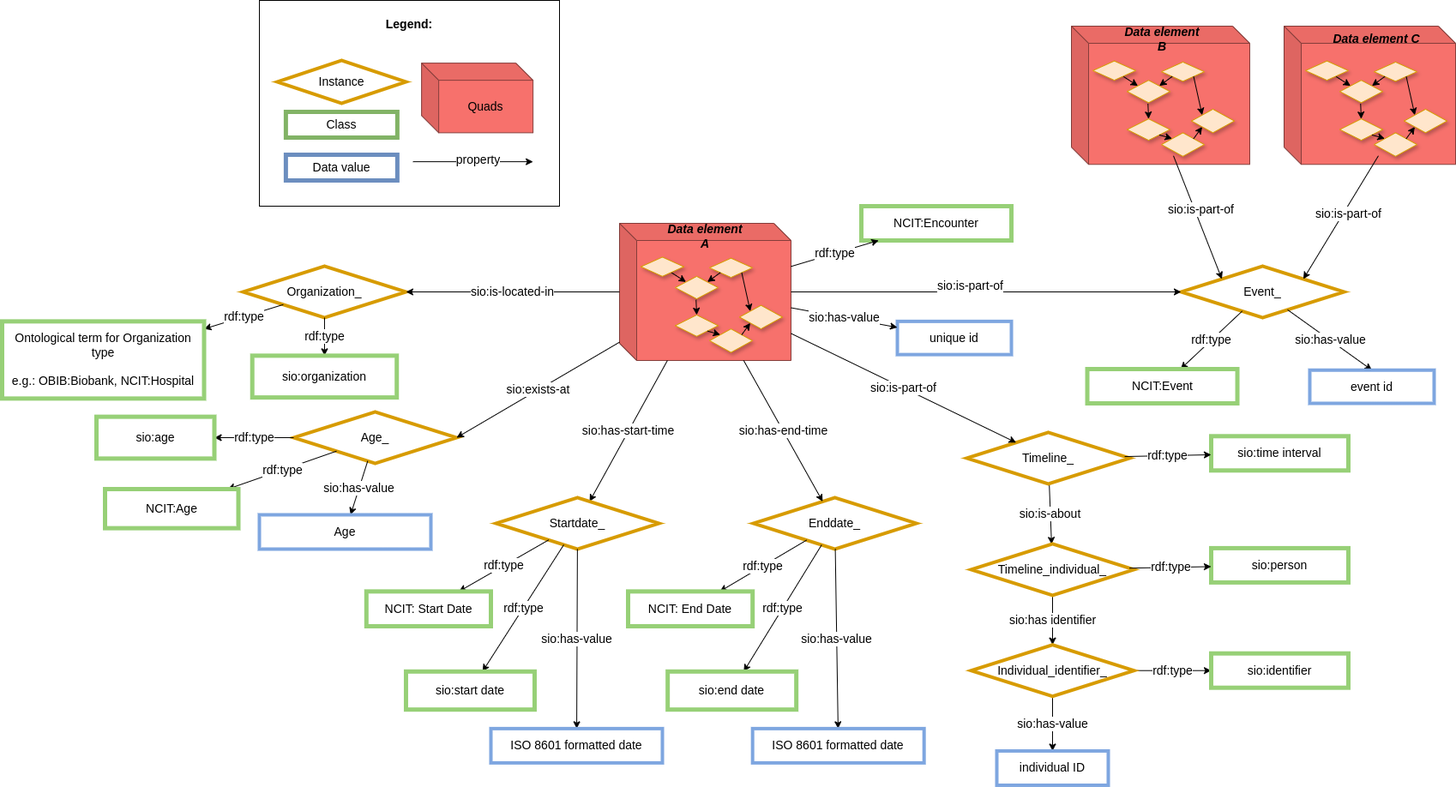
Earlier version of the draw.io export images/CARE-SM-Context.png (CARE-SM/CARE-Semantic-Model). Source tidied: cells renumbered, new cells last; positions are measured from the earlier drawing's top-left corner, leaving out a move shared by most shapes.
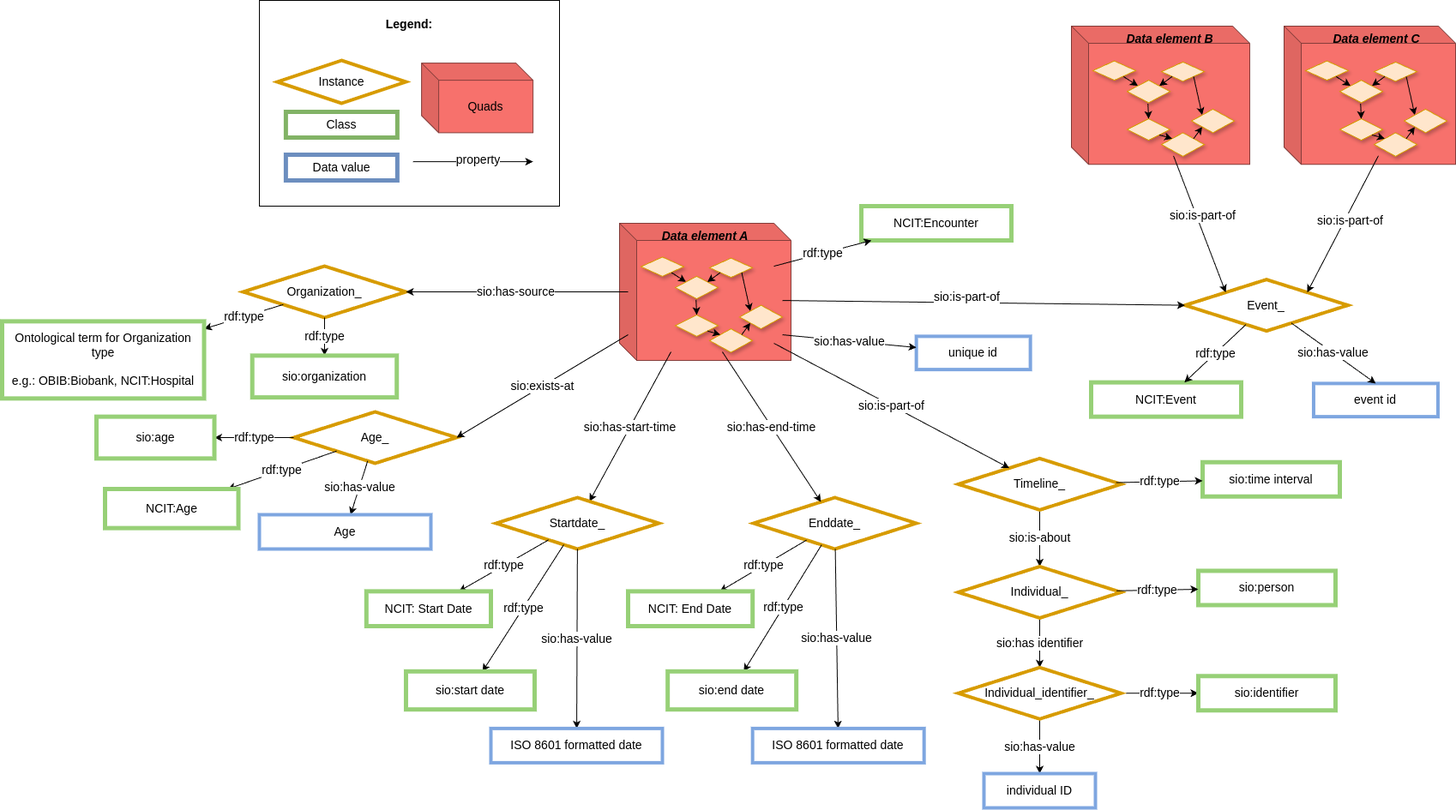
The same diagram one commit later.

Commit message:
predicate in organization corrected

What changed in the source:
```diff
@@ -6,13 +6,13 @@
       <mxGeometry relative="1" as="geometry" />
     </mxCell>
     <mxCell id="3" value="Timeline_" style="rhombus;whiteSpace=wrap;html=1;fillColor=#FFFFFF;strokeColor=#D79B00;strokeWidth=4;fontSize=14;" parent="1" vertex="1">
-      <mxGeometry x="1125" y="503.9" width="190" height="60" as="geometry" />
+      <mxGeometry x="1115" y="534.4" width="190" height="60" as="geometry" />
     </mxCell>
     <mxCell id="4" value="sio:has identifier" style="rounded=0;jettySize=auto;html=1;entryX=0.5;entryY=0;entryDx=0;entryDy=0;fontSize=14;" parent="1" edge="1" source="5" target="8">
       <mxGeometry relative="1" as="geometry" />
     </mxCell>
-    <mxCell id="5" value="Timeline_individual_" style="rhombus;whiteSpace=wrap;html=1;fillColor=#FFFFFF;strokeColor=#D79B00;strokeWidth=4;fontSize=14;" parent="1" vertex="1">
-      <mxGeometry x="1130" y="633.9" width="190" height="60" as="geometry" />
+    <mxCell id="5" value="Individual_" style="rhombus;whiteSpace=wrap;html=1;fillColor=#FFFFFF;strokeColor=#D79B00;strokeWidth=4;fontSize=14;" parent="1" vertex="1">
+      <mxGeometry x="1115" y="660.5" width="190" height="60" as="geometry" />
     </mxCell>
     <mxCell id="6" value="sio:has-value" style="edgeStyle=none;rounded=0;jettySize=auto;html=1;fontSize=14;" parent="1" edge="1" source="8" target="9">
       <mxGeometry relative="1" as="geometry" />
@@ -21,37 +21,31 @@
       <mxGeometry relative="1" as="geometry" />
     </mxCell>
     <mxCell id="8" value="Individual_identifier_" style="rhombus;whiteSpace=wrap;html=1;fillColor=#FFFFFF;strokeColor=#D79B00;strokeWidth=4;fontSize=14;" parent="1" vertex="1">
-      <mxGeometry x="1130" y="751.7" width="190" height="60" as="geometry" />
+      <mxGeometry x="1115" y="778.3" width="190" height="60" as="geometry" />
     </mxCell>
     <mxCell id="9" value="&lt;div style=&quot;font-size: 14px;&quot;&gt;&lt;font style=&quot;font-size: 14px;&quot;&gt;individual ID&lt;/font&gt;&lt;/div&gt;" style="whiteSpace=wrap;html=1;fillColor=#FFFFFF;strokeColor=#7EA6E0;strokeWidth=4;fontSize=14;" parent="1" vertex="1">
-      <mxGeometry x="1160" y="875.5" width="130" height="40" as="geometry" />
+      <mxGeometry x="1145" y="902" width="130" height="40" as="geometry" />
     </mxCell>
     <mxCell id="10" value="Event_" style="rhombus;whiteSpace=wrap;html=1;fillColor=#FFFFFF;strokeColor=#D79B00;strokeWidth=4;fontSize=14;" parent="1" vertex="1">
-      <mxGeometry x="1375" y="310" width="190" height="60" as="geometry" />
+      <mxGeometry x="1379.5" y="325.6" width="190" height="60" as="geometry" />
     </mxCell>
-    <mxCell id="11" value="rdf:type" style="edgeStyle=none;rounded=0;jettySize=auto;html=1;fontSize=14;" parent="1" edge="1" source="10" target="24">
-      <mxGeometry relative="1" as="geometry" />
-    </mxCell>
     <mxCell id="12" value="sio:identifier" style="whiteSpace=wrap;html=1;fillColor=#FFFFFF;strokeColor=#97D077;strokeWidth=5;fontSize=14;" parent="1" vertex="1">
-      <mxGeometry x="1410" y="761.7" width="160" height="40" as="geometry" />
+      <mxGeometry x="1395" y="788.3" width="160" height="40" as="geometry" />
     </mxCell>
     <mxCell id="13" value="sio:person" style="whiteSpace=wrap;html=1;fillColor=#FFFFFF;strokeColor=#97D077;strokeWidth=5;fontSize=14;" parent="1" vertex="1">
-      <mxGeometry x="1410" y="638.9" width="160" height="40" as="geometry" />
+      <mxGeometry x="1395" y="665.5" width="160" height="40" as="geometry" />
     </mxCell>
     <mxCell id="14" value="sio:time interval" style="whiteSpace=wrap;html=1;fillColor=#FFFFFF;strokeColor=#97D077;strokeWidth=5;fontSize=14;" parent="1" vertex="1">
-      <mxGeometry x="1410" y="508.3" width="160" height="40" as="geometry" />
+      <mxGeometry x="1400" y="538.8" width="160" height="40" as="geometry" />
     </mxCell>
     <mxCell id="15" value="NCIT:Encounter" style="whiteSpace=wrap;html=1;fillColor=#FFFFFF;strokeColor=#97D077;strokeWidth=5;fontSize=14;" parent="1" vertex="1">
       <mxGeometry x="1002" y="240" width="175" height="40" as="geometry" />
     </mxCell>
     <mxCell id="16" value="&lt;div style=&quot;font-size: 14px;&quot;&gt;&lt;font style=&quot;font-size: 14px;&quot;&gt;unique id&lt;/font&gt;&lt;/div&gt;" style="whiteSpace=wrap;html=1;fillColor=#FFFFFF;strokeColor=#7EA6E0;strokeWidth=4;fontSize=14;" parent="1" vertex="1">
-      <mxGeometry x="1044" y="374.4" width="133" height="38.8" as="geometry" />
+      <mxGeometry x="1066.2" y="391.9" width="133" height="38.8" as="geometry" />
     </mxCell>
-    <mxCell id="17" value="sio:has-value" style="edgeStyle=none;rounded=0;jettySize=auto;html=1;entryX=0.5;entryY=0;entryDx=0;entryDy=0;fontSize=14;" parent="1" edge="1" source="10" target="18">
-      <mxGeometry relative="1" as="geometry" />
-    </mxCell>
     <mxCell id="18" value="&lt;div style=&quot;font-size: 14px;&quot;&gt;&lt;font style=&quot;font-size: 14px;&quot;&gt;event id&lt;/font&gt;&lt;/div&gt;" style="whiteSpace=wrap;html=1;fillColor=#FFFFFF;strokeColor=#7EA6E0;strokeWidth=4;fontSize=14;" parent="1" vertex="1">
-      <mxGeometry x="1525" y="431.2" width="145" height="38.8" as="geometry" />
+      <mxGeometry x="1529.5" y="446.9" width="145" height="38.8" as="geometry" />
     </mxCell>
     <mxCell id="19" value="Age_" style="rhombus;whiteSpace=wrap;html=1;fillColor=#FFFFFF;strokeColor=#D79B00;strokeWidth=4;fontSize=14;" parent="1" vertex="1">
       <mxGeometry x="340" y="480" width="190" height="60" as="geometry" />
@@ -69,7 +63,7 @@
       <mxGeometry x="110" y="485.6" width="137.5" height="48.8" as="geometry" />
     </mxCell>
     <mxCell id="24" value="NCIT:Event" style="whiteSpace=wrap;html=1;fillColor=#FFFFFF;strokeColor=#97D077;strokeWidth=5;fontSize=14;" parent="1" vertex="1">
-      <mxGeometry x="1265.5" y="430" width="175" height="40" as="geometry" />
+      <mxGeometry x="1270" y="445.6" width="175" height="40" as="geometry" />
     </mxCell>
     <mxCell id="25" value="rdf:type" style="edgeStyle=none;rounded=0;jettySize=auto;html=1;fontSize=14;" parent="1" edge="1" source="19" target="26">
       <mxGeometry relative="1" as="geometry" />
@@ -116,13 +110,13 @@
     <mxCell id="39" style="rhombus;whiteSpace=wrap;html=1;fillColor=#ffe6cc;strokeColor=#d79b00;backgroundOutline=0;shadow=1;fontSize=14;" parent="1" vertex="1">
       <mxGeometry x="860" y="355.6" width="50" height="27.5" as="geometry" />
     </mxCell>
-    <mxCell id="40" value="sio:is-part-of" style="edgeStyle=none;rounded=0;jettySize=auto;html=1;fontSize=14;" parent="1" edge="1" source="27" target="3">
+    <mxCell id="40" value="sio:is-part-of" style="edgeStyle=none;rounded=0;jettySize=auto;html=1;fontSize=14;exitX=0.9;exitY=0.875;exitDx=0;exitDy=0;exitPerimeter=0;" parent="1" edge="1" source="27" target="3">
       <mxGeometry relative="1" as="geometry" />
     </mxCell>
-    <mxCell id="41" value="rdf:type" style="rounded=0;jettySize=auto;html=1;fontSize=14;" parent="1" edge="1" source="27" target="15">
+    <mxCell id="41" value="rdf:type" style="rounded=0;jettySize=auto;html=1;fontSize=14;exitX=0.9;exitY=0.313;exitDx=0;exitDy=0;exitPerimeter=0;" parent="1" edge="1" source="27" target="15">
       <mxGeometry relative="1" as="geometry" />
     </mxCell>
-    <mxCell id="42" value="sio:has-value" style="edgeStyle=none;rounded=0;jettySize=auto;html=1;fontSize=14;" parent="1" edge="1" source="27" target="16">
+    <mxCell id="42" value="sio:has-value" style="edgeStyle=none;rounded=0;jettySize=auto;html=1;fontSize=14;exitX=0.95;exitY=0.813;exitDx=0;exitDy=0;exitPerimeter=0;" parent="1" edge="1" source="27" target="16">
       <mxGeometry relative="1" as="geometry" />
     </mxCell>
     <mxCell id="43" style="shape=cube;whiteSpace=wrap;html=1;boundedLbl=1;backgroundOutline=1;darkOpacity=0.05;darkOpacity2=0.1;fillColor=#F7716C;strokeColor=#853D3A;fontSize=14;" parent="1" vertex="1">
@@ -214,10 +208,10 @@
       </mxGeometry>
     </mxCell>
     <mxCell id="71" value="&lt;i style=&quot;font-size: 14px;&quot;&gt;&lt;b style=&quot;font-size: 14px;&quot;&gt;&lt;font style=&quot;font-size: 14px;&quot;&gt;Data element A&lt;/font&gt;&lt;/b&gt;&lt;/i&gt;" style="text;html=1;strokeColor=none;fillColor=none;align=center;verticalAlign=middle;whiteSpace=wrap;rounded=0;fontSize=14;" parent="1" vertex="1">
-      <mxGeometry x="770" y="260" width="100" height="30" as="geometry" />
+      <mxGeometry x="760" y="260" width="120" height="30" as="geometry" />
     </mxCell>
     <mxCell id="72" value="&lt;i style=&quot;font-size: 14px;&quot;&gt;&lt;b style=&quot;font-size: 14px;&quot;&gt;Data element B&lt;/b&gt;&lt;/i&gt;" style="text;html=1;strokeColor=none;fillColor=none;align=center;verticalAlign=middle;whiteSpace=wrap;rounded=0;fontSize=14;" parent="1" vertex="1">
-      <mxGeometry x="1304" y="30" width="98" height="30" as="geometry" />
+      <mxGeometry x="1304" y="30" width="116" height="30" as="geometry" />
     </mxCell>
     <mxCell id="73" value="&lt;b style=&quot;font-size: 14px;&quot;&gt;&lt;i style=&quot;font-size: 14px;&quot;&gt;Data element C&lt;/i&gt;&lt;/b&gt;" style="text;html=1;strokeColor=none;fillColor=none;align=center;verticalAlign=middle;whiteSpace=wrap;rounded=0;fontSize=14;" parent="1" vertex="1">
       <mxGeometry x="1551" y="30" width="104" height="30" as="geometry" />
@@ -261,16 +255,18 @@
     <mxCell id="85" value="&lt;font style=&quot;font-size: 14px;&quot;&gt;NCIT: End Date&lt;/font&gt;" style="whiteSpace=wrap;html=1;fillColor=#FFFFFF;strokeColor=#97D077;strokeWidth=5;fontSize=14;" parent="1" vertex="1">
       <mxGeometry x="730" y="689.4" width="145.2" height="40.6" as="geometry" />
     </mxCell>
-    <mxCell id="86" value="&lt;font style=&quot;font-size: 14px;&quot;&gt;sio:has-start-time&lt;/font&gt;" style="rounded=0;jettySize=auto;html=1;fontSize=14;endSize=6;jumpSize=5;" parent="1" edge="1" source="27" target="93">
+    <mxCell id="86" value="&lt;font style=&quot;font-size: 14px;&quot;&gt;sio:has-start-time&lt;/font&gt;" style="rounded=0;jettySize=auto;html=1;fontSize=14;endSize=6;jumpSize=5;exitX=0.3;exitY=0.938;exitDx=0;exitDy=0;exitPerimeter=0;" parent="1" edge="1" source="27" target="93">
       <mxGeometry relative="1" as="geometry" />
     </mxCell>
-    <mxCell id="87" value="&lt;font style=&quot;font-size: 14px;&quot;&gt;sio:has-end-time&lt;/font&gt;" style="rounded=0;jettySize=auto;html=1;fontSize=14;" parent="1" edge="1" source="27" target="79">
+    <mxCell id="87" value="&lt;font style=&quot;font-size: 14px;&quot;&gt;sio:has-end-time&lt;/font&gt;" style="rounded=0;jettySize=auto;html=1;fontSize=14;exitX=0.6;exitY=0.938;exitDx=0;exitDy=0;exitPerimeter=0;" parent="1" edge="1" source="27" target="79">
       <mxGeometry relative="1" as="geometry" />
     </mxCell>
-    <mxCell id="88" value="&lt;font style=&quot;font-size: 14px;&quot;&gt;sio:exists-at&lt;/font&gt;" style="rounded=0;jettySize=auto;html=1;fontSize=14;entryX=1;entryY=0.5;entryDx=0;entryDy=0;" parent="1" edge="1" source="27" target="19">
-      <mxGeometry relative="1" as="geometry" />
+    <mxCell id="88" value="&lt;font style=&quot;font-size: 14px;&quot;&gt;sio:exists-at&lt;/font&gt;" style="rounded=0;jettySize=auto;html=1;fontSize=14;entryX=1;entryY=0.5;entryDx=0;entryDy=0;" parent="1" edge="1" target="19">
+      <mxGeometry relative="1" as="geometry">
+        <mxPoint x="730" y="390" as="sourcePoint" />
+      </mxGeometry>
     </mxCell>
-    <mxCell id="89" value="sio:is-part-of" style="edgeStyle=none;rounded=0;jettySize=auto;html=1;entryX=0;entryY=0.5;entryDx=0;entryDy=0;fontSize=14;" parent="1" edge="1" source="27" target="10">
+    <mxCell id="89" value="sio:is-part-of" style="edgeStyle=none;rounded=0;jettySize=auto;html=1;entryX=0;entryY=0.5;entryDx=0;entryDy=0;fontSize=14;exitX=0.95;exitY=0.563;exitDx=0;exitDy=0;exitPerimeter=0;" parent="1" edge="1" source="27" target="10">
       <mxGeometry x="-0.08" y="6" relative="1" as="geometry">
         <mxPoint y="-1" as="offset" />
       </mxGeometry>
@@ -314,8 +310,10 @@
     <mxCell id="102" value="&lt;div&gt;sio:organization&lt;/div&gt;" style="whiteSpace=wrap;html=1;fillColor=#FFFFFF;strokeColor=#97D077;strokeWidth=5;fontSize=14;" parent="1" vertex="1">
       <mxGeometry x="291.7" y="414.4" width="168.5" height="48.8" as="geometry" />
     </mxCell>
-    <mxCell id="103" value="&lt;font style=&quot;font-size: 14px;&quot;&gt;sio:is-located-in&lt;/font&gt;" style="rounded=0;jettySize=auto;html=1;fontSize=14;" parent="1" edge="1" source="27" target="100">
-      <mxGeometry relative="1" as="geometry" />
+    <mxCell id="103" value="&lt;font style=&quot;font-size: 14px;&quot;&gt;sio:has-source&lt;/font&gt;" style="rounded=0;jettySize=auto;html=1;fontSize=14;" parent="1" edge="1" target="100">
+      <mxGeometry relative="1" as="geometry">
+        <mxPoint x="730" y="340" as="sourcePoint" />
+      </mxGeometry>
     </mxCell>
     <mxCell id="104" value="rdf:type" style="edgeStyle=none;rounded=0;jettySize=auto;html=1;fontSize=14;" parent="1" edge="1" source="100" target="105">
       <mxGeometry relative="1" as="geometry" />
@@ -323,5 +321,11 @@
     <mxCell id="105" value="&lt;font style=&quot;font-size: 14px;&quot;&gt;Ontological term for Organization type&lt;/font&gt;&lt;div&gt;&lt;br&gt;&lt;/div&gt;&lt;div&gt;&lt;div&gt;&lt;font style=&quot;font-size: 14px;&quot;&gt;e.g.: OBIB:Biobank, NCIT:Hospital&lt;br&gt;&lt;/font&gt;&lt;/div&gt;&lt;/div&gt;" style="whiteSpace=wrap;html=1;fillColor=#FFFFFF;strokeColor=#97D077;strokeWidth=5;fontSize=14;" parent="1" vertex="1">
       <mxGeometry y="374.4" width="235.5" height="90" as="geometry" />
     </mxCell>
+    <mxCell id="11" value="rdf:type" style="edgeStyle=none;rounded=0;jettySize=auto;html=1;fontSize=14;" parent="1" edge="1" source="10" target="24">
+      <mxGeometry relative="1" as="geometry" />
+    </mxCell>
+    <mxCell id="17" value="sio:has-value" style="edgeStyle=none;rounded=0;jettySize=auto;html=1;entryX=0.5;entryY=0;entryDx=0;entryDy=0;fontSize=14;" parent="1" edge="1" source="10" target="18">
+      <mxGeometry relative="1" as="geometry" />
+    </mxCell>
   </root>
 </mxGraphModel>
```
